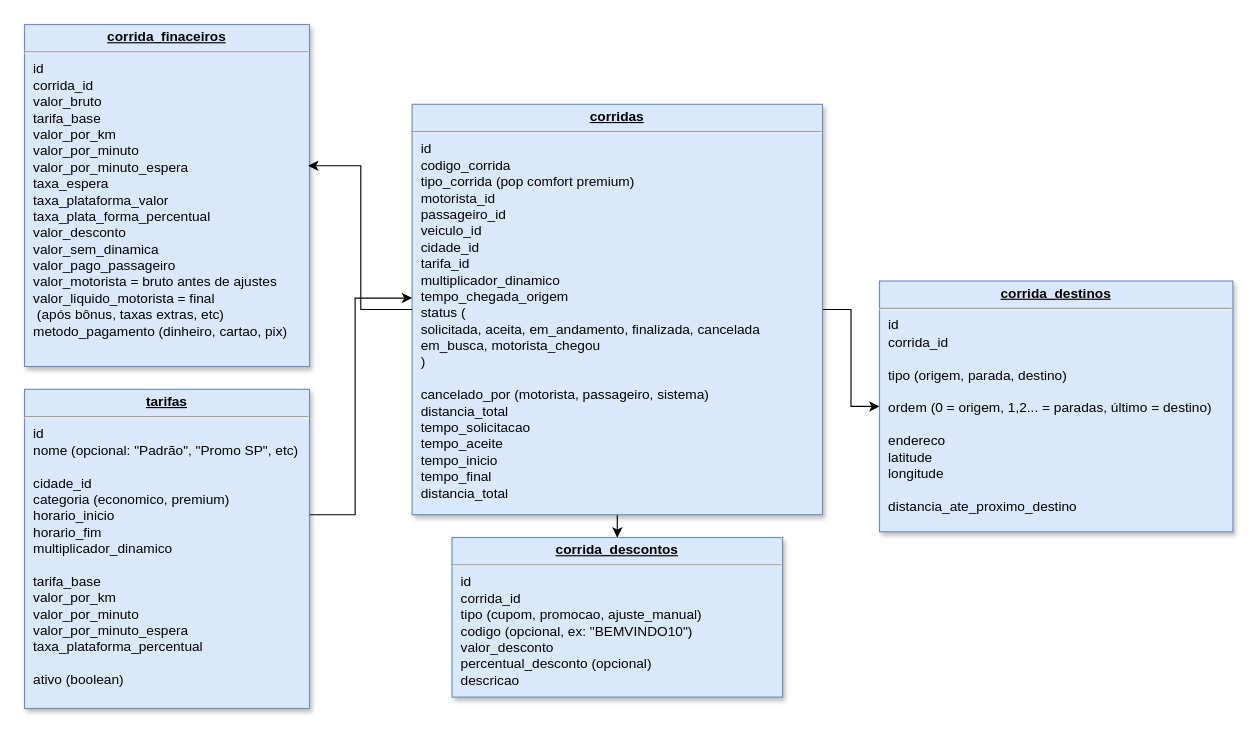
Before: page "corridas" (2 of 2) of Diagrama sem nome.drawio in PnA-Publicidade/aplicativo-mobilidade-urbana-backend, a draw.io diagram. Source tidied: cells renumbered, new cells numbered last; positions are measured from the earlier drawing's top-left corner, leaving out a move shared by most shapes. Both pictures are drawn from the tidied source at 114%, with x=0, y=0 at pixel (24, 24).
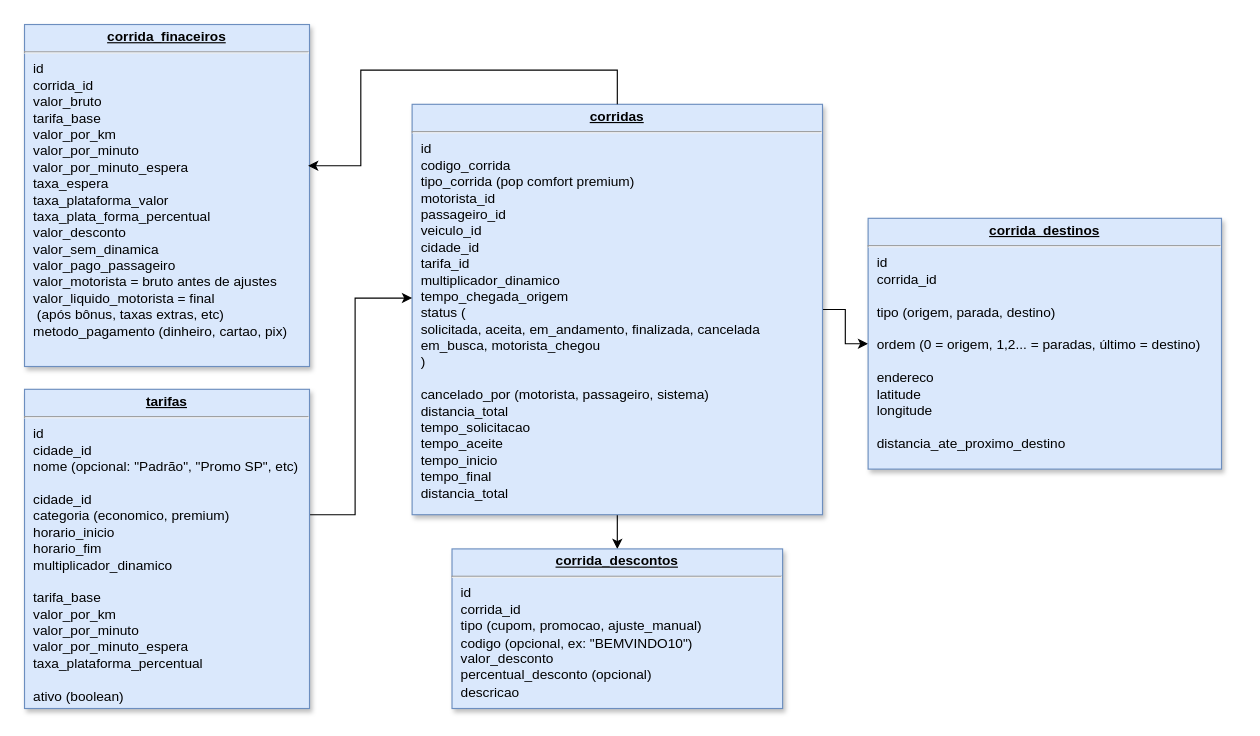
Above is the later version.

What changed in the source:
```diff
@@
 <mxGraphModel>
   <root>
     <mxCell id="0" />
     <mxCell id="1" parent="0" />
     <mxCell id="2" style="edgeStyle=orthogonalEdgeStyle;rounded=0;jettySize=auto;html=1;entryX=0;entryY=0.5;entryDx=0;entryDy=0;" parent="1" edge="1" source="4" target="6">
       <mxGeometry relative="1" as="geometry" />
     </mxCell>
     <mxCell id="3" style="edgeStyle=orthogonalEdgeStyle;rounded=0;jettySize=auto;html=1;entryX=0.5;entryY=0;entryDx=0;entryDy=0;" parent="1" edge="1" source="4" target="7">
       <mxGeometry relative="1" as="geometry" />
     </mxCell>
     <mxCell id="4" value="&lt;p style=&quot;margin: 0px ; margin-top: 4px ; text-align: center ; text-decoration: underline&quot;&gt;&lt;b&gt;corridas&lt;/b&gt;&lt;/p&gt;&lt;hr&gt;&lt;p style=&quot;margin: 0px ; margin-left: 8px&quot;&gt;id&lt;/p&gt;&lt;p style=&quot;margin: 0px ; margin-left: 8px&quot;&gt;codigo_corrida&lt;/p&gt;&lt;p style=&quot;margin: 0px ; margin-left: 8px&quot;&gt;tipo_corrida (pop comfort premium)&lt;/p&gt;&lt;p style=&quot;margin: 0px ; margin-left: 8px&quot;&gt;motorista_id&lt;/p&gt;&lt;p style=&quot;margin: 0px ; margin-left: 8px&quot;&gt;passageiro_id&lt;/p&gt;&lt;p style=&quot;margin: 0px ; margin-left: 8px&quot;&gt;veiculo_id&amp;nbsp;&lt;/p&gt;&lt;p style=&quot;margin: 0px ; margin-left: 8px&quot;&gt;cidade_id&lt;/p&gt;&lt;p style=&quot;margin: 0px ; margin-left: 8px&quot;&gt;tarifa_id&lt;/p&gt;&lt;p style=&quot;margin: 0px ; margin-left: 8px&quot;&gt;multiplicador_dinamico&lt;/p&gt;&lt;p style=&quot;margin: 0px ; margin-left: 8px&quot;&gt;tempo_chegada_origem&lt;/p&gt;&lt;p style=&quot;margin: 0px ; margin-left: 8px&quot;&gt;status (&lt;/p&gt;&lt;p style=&quot;margin: 0px ; margin-left: 8px&quot;&gt;solicitada, aceita, em_andamento, finalizada, cancelada&lt;/p&gt;&lt;p style=&quot;margin: 0px ; margin-left: 8px&quot;&gt;em_busca, motorista_chegou&lt;/p&gt;&lt;p style=&quot;margin: 0px ; margin-left: 8px&quot;&gt;)&lt;/p&gt;&lt;p style=&quot;margin: 0px ; margin-left: 8px&quot;&gt;&lt;br&gt;&lt;/p&gt;&lt;p style=&quot;margin: 0px ; margin-left: 8px&quot;&gt;cancelado_por (motorista, passageiro, sistema)&lt;/p&gt;&lt;p style=&quot;margin: 0px ; margin-left: 8px&quot;&gt;distancia_total&lt;/p&gt;&lt;p style=&quot;margin: 0px ; margin-left: 8px&quot;&gt;tempo_solicitacao&lt;/p&gt;&lt;p style=&quot;margin: 0px ; margin-left: 8px&quot;&gt;tempo_aceite&lt;/p&gt;&lt;p style=&quot;margin: 0px ; margin-left: 8px&quot;&gt;tempo_inicio&lt;/p&gt;&lt;p style=&quot;margin: 0px ; margin-left: 8px&quot;&gt;tempo_final&lt;/p&gt;&lt;p style=&quot;margin: 0px ; margin-left: 8px&quot;&gt;distancia_total&lt;/p&gt;&lt;p style=&quot;margin: 0px ; margin-left: 8px&quot;&gt;&lt;br&gt;&lt;/p&gt;&lt;p style=&quot;margin: 0px ; margin-left: 8px&quot;&gt;&lt;br&gt;&lt;/p&gt;" style="verticalAlign=top;align=left;overflow=fill;fontSize=12;fontFamily=Helvetica;html=1;strokeColor=#6c8ebf;shadow=1;fillColor=#dae8fc;" parent="1" vertex="1">
       <mxGeometry x="340" y="70" width="360" height="360" as="geometry" />
     </mxCell>
     <mxCell id="5" value="&lt;p style=&quot;margin: 0px ; margin-top: 4px ; text-align: center ; text-decoration: underline&quot;&gt;&lt;b&gt;corrida_finaceiros&lt;/b&gt;&lt;/p&gt;&lt;hr&gt;&lt;p style=&quot;margin: 0px ; margin-left: 8px&quot;&gt;id&lt;/p&gt;&lt;p style=&quot;margin: 0px ; margin-left: 8px&quot;&gt;corrida_id&lt;/p&gt;&lt;p style=&quot;margin: 0px ; margin-left: 8px&quot;&gt;valor_bruto&lt;/p&gt;&lt;p style=&quot;margin: 0px ; margin-left: 8px&quot;&gt;tarifa_base&lt;/p&gt;&lt;p style=&quot;margin: 0px ; margin-left: 8px&quot;&gt;valor_por_km&lt;/p&gt;&lt;p style=&quot;margin: 0px ; margin-left: 8px&quot;&gt;valor_por_minuto&lt;/p&gt;&lt;p style=&quot;margin: 0px ; margin-left: 8px&quot;&gt;valor_por_minuto_espera&lt;/p&gt;&lt;p style=&quot;margin: 0px ; margin-left: 8px&quot;&gt;taxa_espera&lt;/p&gt;&lt;p style=&quot;margin: 0px 0px 0px 8px;&quot;&gt;taxa_plataforma_valor&lt;/p&gt;&lt;p style=&quot;margin: 0px 0px 0px 8px;&quot;&gt;taxa_plata_forma_percentual&lt;/p&gt;&lt;p style=&quot;margin: 0px ; margin-left: 8px&quot;&gt;valor_desconto&lt;/p&gt;&lt;p style=&quot;margin: 0px ; margin-left: 8px&quot;&gt;valor_sem_dinamica&lt;/p&gt;&lt;p style=&quot;margin: 0px ; margin-left: 8px&quot;&gt;valor_pago_passageiro&lt;/p&gt;&lt;p style=&quot;margin: 0px ; margin-left: 8px&quot;&gt;valor_motorista = bruto antes de ajustes&lt;/p&gt;&lt;p style=&quot;margin: 0px ; margin-left: 8px&quot;&gt;valor_liquido_motorista = final&lt;/p&gt;&lt;p style=&quot;margin: 0px ; margin-left: 8px&quot;&gt;&amp;nbsp;(após bônus, taxas extras, etc)&lt;/p&gt;&lt;p style=&quot;margin: 0px ; margin-left: 8px&quot;&gt;metodo_pagamento (dinheiro, cartao, pix)&lt;/p&gt;&lt;div&gt;&lt;br&gt;&lt;/div&gt;" style="verticalAlign=top;align=left;overflow=fill;fontSize=12;fontFamily=Helvetica;html=1;strokeColor=#6c8ebf;shadow=1;fillColor=#dae8fc;" parent="1" vertex="1">
       <mxGeometry width="250" height="300" as="geometry" />
     </mxCell>
     <mxCell id="6" value="&lt;p style=&quot;margin: 0px ; margin-top: 4px ; text-align: center ; text-decoration: underline&quot;&gt;&lt;b&gt;corrida_destinos&lt;/b&gt;&lt;/p&gt;&lt;hr&gt;&lt;p style=&quot;margin: 0px ; margin-left: 8px&quot;&gt;id&lt;/p&gt;&lt;p style=&quot;margin: 0px ; margin-left: 8px&quot;&gt;corrida_id&lt;/p&gt;&lt;p style=&quot;margin: 0px ; margin-left: 8px&quot;&gt;&lt;br&gt;&lt;/p&gt;&lt;p style=&quot;margin: 0px ; margin-left: 8px&quot;&gt;tipo (origem, parada, destino)&lt;/p&gt;&lt;p style=&quot;margin: 0px ; margin-left: 8px&quot;&gt;&lt;br&gt;&lt;/p&gt;&lt;p style=&quot;margin: 0px ; margin-left: 8px&quot;&gt;ordem (0 = origem, 1,2... = paradas, último = destino)&lt;/p&gt;&lt;p style=&quot;margin: 0px ; margin-left: 8px&quot;&gt;&lt;br&gt;&lt;/p&gt;&lt;p style=&quot;margin: 0px ; margin-left: 8px&quot;&gt;endereco&lt;/p&gt;&lt;p style=&quot;margin: 0px ; margin-left: 8px&quot;&gt;latitude&lt;/p&gt;&lt;p style=&quot;margin: 0px ; margin-left: 8px&quot;&gt;longitude&lt;/p&gt;&lt;p style=&quot;margin: 0px ; margin-left: 8px&quot;&gt;&lt;br&gt;&lt;/p&gt;&lt;p style=&quot;margin: 0px ; margin-left: 8px&quot;&gt;distancia_ate_proximo_destino&lt;/p&gt;" style="verticalAlign=top;align=left;overflow=fill;fontSize=12;fontFamily=Helvetica;html=1;strokeColor=#6c8ebf;shadow=1;fillColor=#dae8fc;" parent="1" vertex="1">
-      <mxGeometry x="750" y="225" width="310" height="220" as="geometry" />
+      <mxGeometry x="740" y="170" width="310" height="220" as="geometry" />
     </mxCell>
     <mxCell id="7" value="&lt;p style=&quot;margin: 0px ; margin-top: 4px ; text-align: center ; text-decoration: underline&quot;&gt;&lt;b&gt;corrida_descontos&lt;/b&gt;&lt;/p&gt;&lt;hr&gt;&lt;p style=&quot;margin: 0px ; margin-left: 8px&quot;&gt;id&lt;/p&gt;&lt;p style=&quot;margin: 0px ; margin-left: 8px&quot;&gt;corrida_id&lt;/p&gt;&lt;p style=&quot;margin: 0px ; margin-left: 8px&quot;&gt;tipo (cupom, promocao, ajuste_manual)&lt;/p&gt;&lt;p style=&quot;margin: 0px ; margin-left: 8px&quot;&gt;codigo (opcional, ex: &quot;BEMVINDO10&quot;)&lt;/p&gt;&lt;p style=&quot;margin: 0px ; margin-left: 8px&quot;&gt;valor_desconto&lt;/p&gt;&lt;p style=&quot;margin: 0px ; margin-left: 8px&quot;&gt;percentual_desconto (opcional)&lt;/p&gt;&lt;p style=&quot;margin: 0px ; margin-left: 8px&quot;&gt;descricao&lt;/p&gt;&lt;div&gt;&lt;br&gt;&lt;/div&gt;&lt;div&gt;&lt;br&gt;&lt;/div&gt;" style="verticalAlign=top;align=left;overflow=fill;fontSize=12;fontFamily=Helvetica;html=1;strokeColor=#6c8ebf;shadow=1;fillColor=#dae8fc;" parent="1" vertex="1">
-      <mxGeometry x="375" y="450" width="290" height="140" as="geometry" />
+      <mxGeometry x="375" y="460" width="290" height="140" as="geometry" />
     </mxCell>
     <mxCell id="8" style="edgeStyle=orthogonalEdgeStyle;rounded=0;jettySize=auto;html=1;entryX=0.995;entryY=0.413;entryDx=0;entryDy=0;entryPerimeter=0;" parent="1" edge="1" source="4" target="5">
-      <mxGeometry relative="1" as="geometry" />
+      <mxGeometry relative="1" as="geometry">
+        <Array as="points">
+          <mxPoint x="520" y="40" />
+          <mxPoint x="295" y="40" />
+          <mxPoint x="295" y="124" />
+        </Array>
+      </mxGeometry>
     </mxCell>
     <mxCell id="9" style="edgeStyle=orthogonalEdgeStyle;rounded=0;jettySize=auto;html=1;" parent="1" edge="1" source="10" target="4">
       <mxGeometry relative="1" as="geometry">
         <Array as="points">
           <mxPoint x="290" y="430" />
           <mxPoint x="290" y="240" />
         </Array>
       </mxGeometry>
     </mxCell>
-    <mxCell id="10" value="&lt;p style=&quot;margin: 0px ; margin-top: 4px ; text-align: center ; text-decoration: underline&quot;&gt;&lt;b&gt;tarifas&lt;/b&gt;&lt;/p&gt;&lt;hr&gt;&lt;p style=&quot;margin: 0px ; margin-left: 8px&quot;&gt;id&lt;/p&gt;&lt;p style=&quot;margin: 0px ; margin-left: 8px&quot;&gt;nome (opcional: &quot;Padrão&quot;, &quot;Promo SP&quot;, etc)&lt;/p&gt;&lt;p style=&quot;margin: 0px ; margin-left: 8px&quot;&gt;&lt;br&gt;&lt;/p&gt;&lt;p style=&quot;margin: 0px ; margin-left: 8px&quot;&gt;cidade_id&lt;/p&gt;&lt;p style=&quot;margin: 0px ; margin-left: 8px&quot;&gt;categoria (economico, premium)&lt;/p&gt;&lt;p style=&quot;margin: 0px ; margin-left: 8px&quot;&gt;horario_inicio&lt;/p&gt;&lt;p style=&quot;margin: 0px ; margin-left: 8px&quot;&gt;horario_fim&lt;/p&gt;&lt;p style=&quot;margin: 0px ; margin-left: 8px&quot;&gt;multiplicador_dinamico&lt;/p&gt;&lt;p style=&quot;margin: 0px ; margin-left: 8px&quot;&gt;&lt;br&gt;&lt;/p&gt;&lt;p style=&quot;margin: 0px ; margin-left: 8px&quot;&gt;tarifa_base&lt;/p&gt;&lt;p style=&quot;margin: 0px ; margin-left: 8px&quot;&gt;valor_por_km&lt;/p&gt;&lt;p style=&quot;margin: 0px ; margin-left: 8px&quot;&gt;valor_por_minuto&lt;/p&gt;&lt;p style=&quot;margin: 0px ; margin-left: 8px&quot;&gt;valor_por_minuto_espera&lt;/p&gt;&lt;p style=&quot;margin: 0px ; margin-left: 8px&quot;&gt;taxa_plataforma_percentual&lt;/p&gt;&lt;p style=&quot;margin: 0px ; margin-left: 8px&quot;&gt;&lt;br&gt;&lt;/p&gt;&lt;p style=&quot;margin: 0px ; margin-left: 8px&quot;&gt;ativo (boolean)&lt;/p&gt;&lt;div&gt;&lt;br&gt;&lt;/div&gt;" style="verticalAlign=top;align=left;overflow=fill;fontSize=12;fontFamily=Helvetica;html=1;strokeColor=#6c8ebf;shadow=1;fillColor=#dae8fc;" parent="1" vertex="1">
+    <mxCell id="10" value="&lt;p style=&quot;margin: 0px ; margin-top: 4px ; text-align: center ; text-decoration: underline&quot;&gt;&lt;b&gt;tarifas&lt;/b&gt;&lt;/p&gt;&lt;hr&gt;&lt;p style=&quot;margin: 0px ; margin-left: 8px&quot;&gt;id&lt;/p&gt;&lt;p style=&quot;margin: 0px ; margin-left: 8px&quot;&gt;cidade_id&lt;/p&gt;&lt;p style=&quot;margin: 0px ; margin-left: 8px&quot;&gt;nome (opcional: &quot;Padrão&quot;, &quot;Promo SP&quot;, etc)&lt;/p&gt;&lt;p style=&quot;margin: 0px ; margin-left: 8px&quot;&gt;&lt;br&gt;&lt;/p&gt;&lt;p style=&quot;margin: 0px ; margin-left: 8px&quot;&gt;cidade_id&lt;/p&gt;&lt;p style=&quot;margin: 0px ; margin-left: 8px&quot;&gt;categoria (economico, premium)&lt;/p&gt;&lt;p style=&quot;margin: 0px ; margin-left: 8px&quot;&gt;horario_inicio&lt;/p&gt;&lt;p style=&quot;margin: 0px ; margin-left: 8px&quot;&gt;horario_fim&lt;/p&gt;&lt;p style=&quot;margin: 0px ; margin-left: 8px&quot;&gt;multiplicador_dinamico&lt;/p&gt;&lt;p style=&quot;margin: 0px ; margin-left: 8px&quot;&gt;&lt;br&gt;&lt;/p&gt;&lt;p style=&quot;margin: 0px ; margin-left: 8px&quot;&gt;tarifa_base&lt;/p&gt;&lt;p style=&quot;margin: 0px ; margin-left: 8px&quot;&gt;valor_por_km&lt;/p&gt;&lt;p style=&quot;margin: 0px ; margin-left: 8px&quot;&gt;valor_por_minuto&lt;/p&gt;&lt;p style=&quot;margin: 0px ; margin-left: 8px&quot;&gt;valor_por_minuto_espera&lt;/p&gt;&lt;p style=&quot;margin: 0px ; margin-left: 8px&quot;&gt;taxa_plataforma_percentual&lt;/p&gt;&lt;p style=&quot;margin: 0px ; margin-left: 8px&quot;&gt;&lt;br&gt;&lt;/p&gt;&lt;p style=&quot;margin: 0px ; margin-left: 8px&quot;&gt;ativo (boolean)&lt;/p&gt;&lt;div&gt;&lt;br&gt;&lt;/div&gt;" style="verticalAlign=top;align=left;overflow=fill;fontSize=12;fontFamily=Helvetica;html=1;strokeColor=#6c8ebf;shadow=1;fillColor=#dae8fc;" parent="1" vertex="1">
       <mxGeometry y="320" width="250" height="280" as="geometry" />
     </mxCell>
   </root>
 </mxGraphModel>
```
